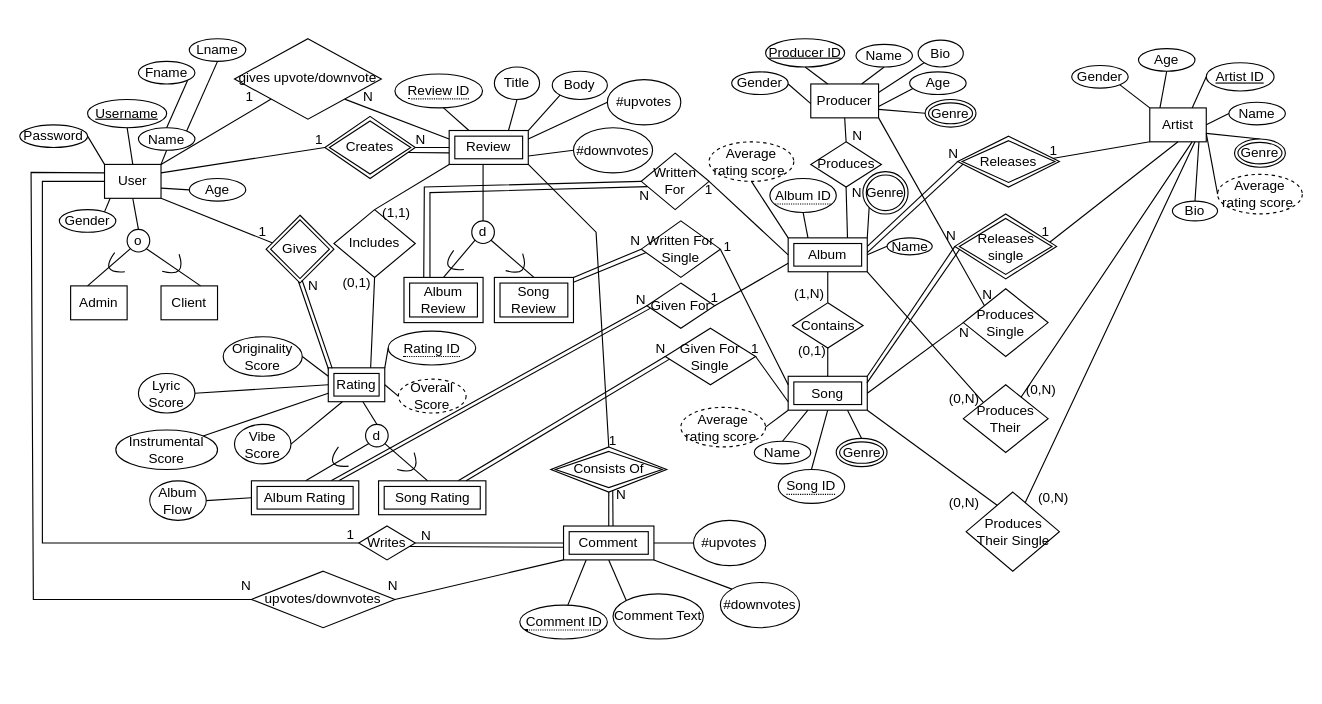
This is CPSC 471 Project EERD.drawio from alexchchen/musicrant, a draw.io file, before an edit. Source tidied: cells renumbered, new cells numbered last; positions are measured from the earlier drawing's top-left corner, leaving out a move shared by most shapes. Both pictures are drawn from the tidied source at 113%, with x=0, y=0 at pixel (19, 38).
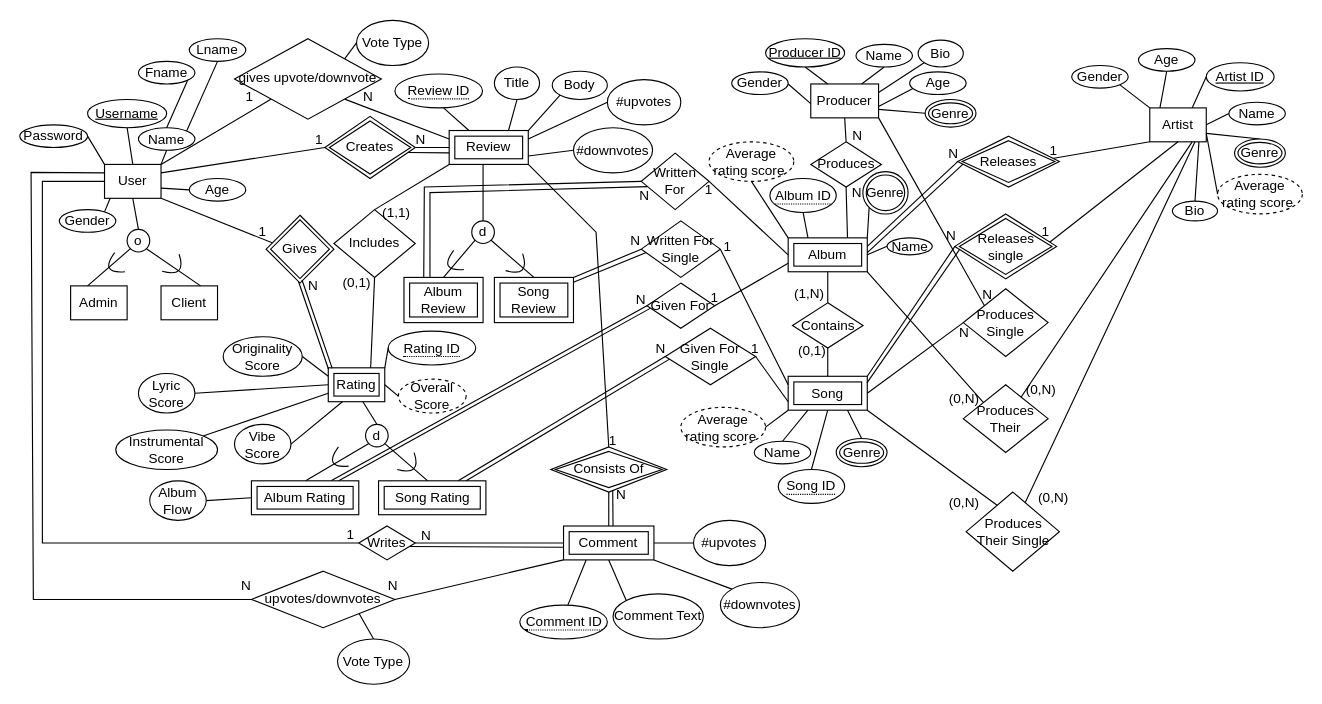
The same diagram, later.

Commit message (it also covers changes not shown here):
Added vote type to upvotes/downvotes comment and review

Unchanged cells that the change refers to:
```xml
<mxCell id="145" value="gives upvote/downvote" style="shape=rhombus;perimeter=rhombusPerimeter;whiteSpace=wrap;html=1;align=center;" parent="1" vertex="1">
  <mxGeometry x="190" y="-0.2" width="130" height="71.2" as="geometry" />
</mxCell>
<mxCell id="154" value="upvotes/downvotes" style="shape=rhombus;perimeter=rhombusPerimeter;whiteSpace=wrap;html=1;align=center;" parent="1" vertex="1">
  <mxGeometry x="205" y="471" width="127" height="50" as="geometry" />
</mxCell>
```

What changed in the source:
```diff
@@
+    <mxCell id="220" value="Vote Type" style="ellipse;whiteSpace=wrap;html=1;align=center;" parent="1" vertex="1">
+      <mxGeometry x="281.2" y="531" width="63.8" height="40" as="geometry" />
+    </mxCell>
+    <mxCell id="221" style="endArrow=none;html=1;rounded=0;exitX=0.5;exitY=0;exitDx=0;exitDy=0;entryX=1;entryY=1;entryDx=0;entryDy=0;" parent="1" edge="1" source="220" target="154">
+      <mxGeometry relative="1" as="geometry" />
+    </mxCell>
+    <mxCell id="222" value="Vote Type" style="ellipse;whiteSpace=wrap;html=1;align=center;" parent="1" vertex="1">
+      <mxGeometry x="298" y="-16.5" width="63.8" height="40" as="geometry" />
+    </mxCell>
+    <mxCell id="223" style="endArrow=none;html=1;rounded=0;exitX=0;exitY=0.5;exitDx=0;exitDy=0;entryX=1;entryY=0;entryDx=0;entryDy=0;" parent="1" edge="1" source="222" target="145">
+      <mxGeometry relative="1" as="geometry" />
+    </mxCell>
```
